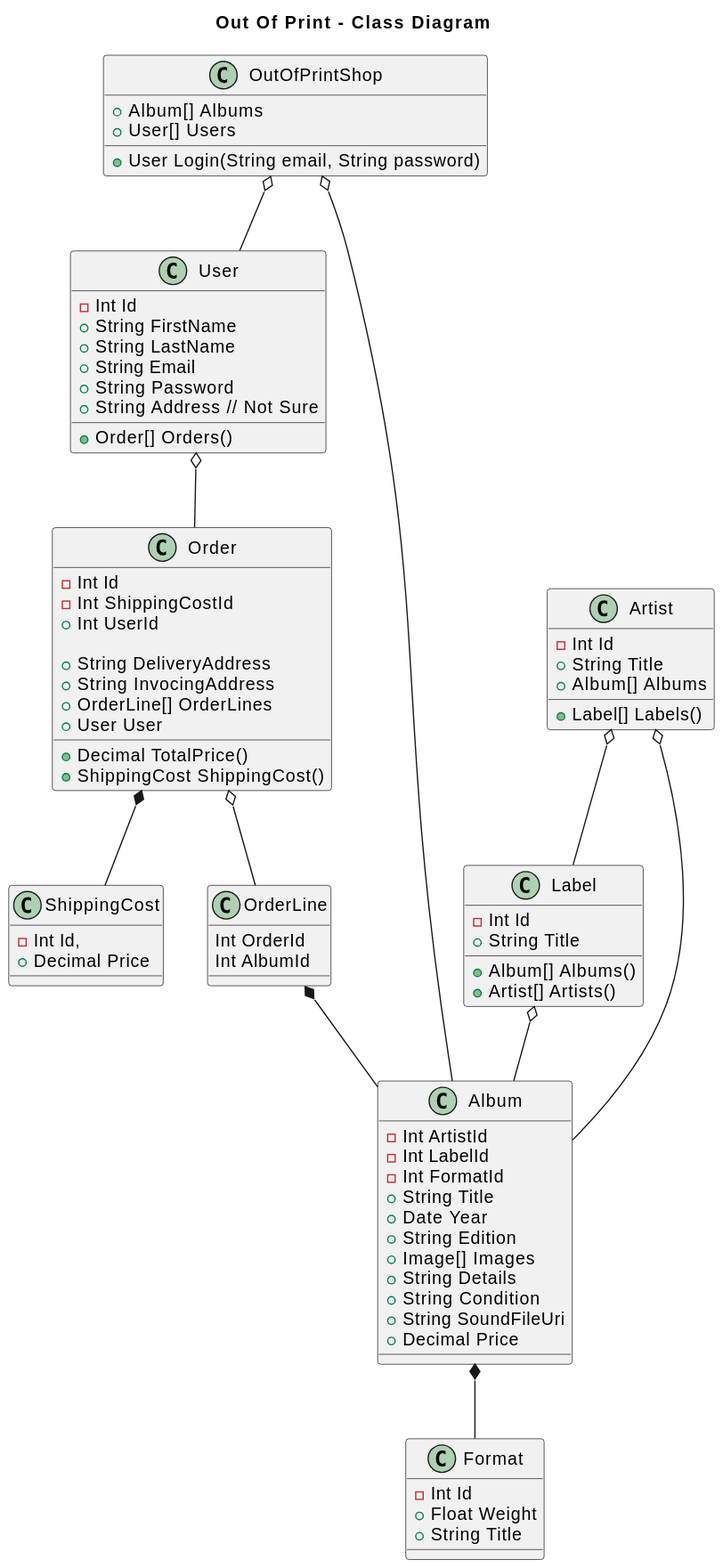
This is docs/images/OutOfPrint.Class.Diagram.svg from DenisZhukovski/OutOfPrint, a PlantUML export, as it was before one commit.
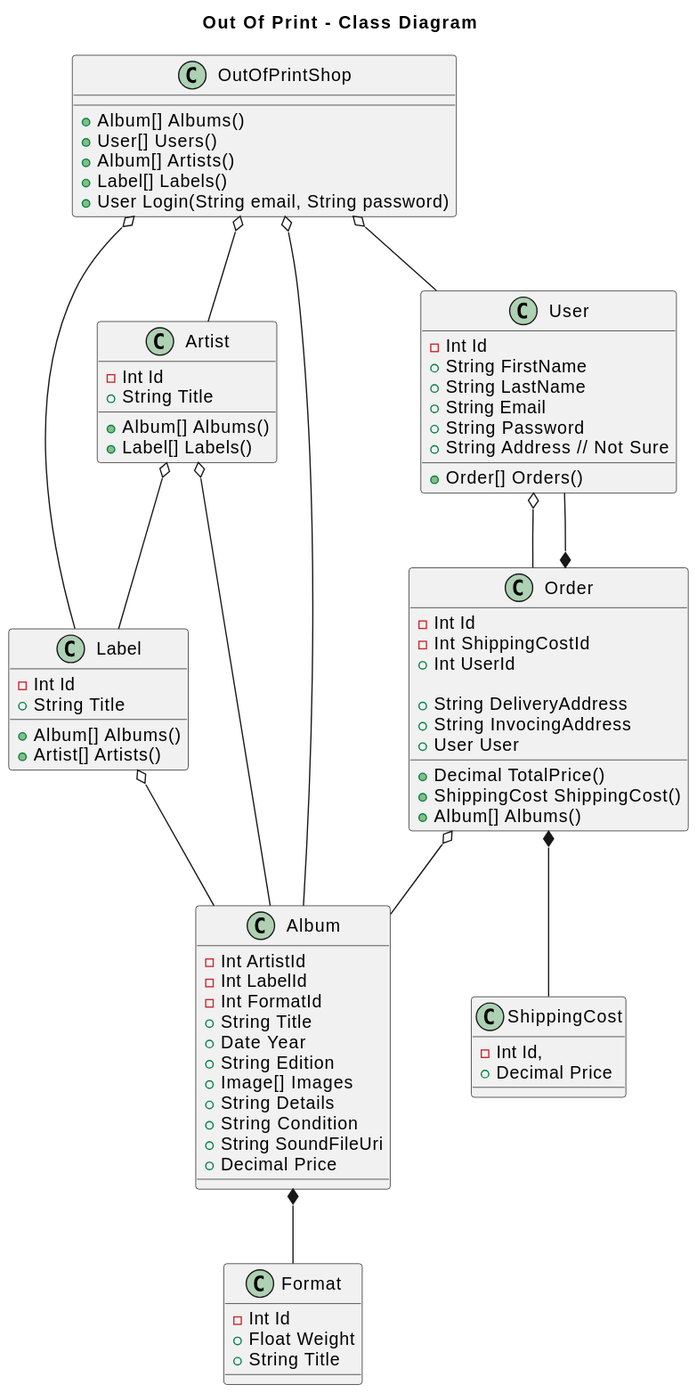
After the change.

Diff of the diagram source:
```diff
@@ -3,15 +3,17 @@
 
 class OutOfPrintShop
 {
-  +Album[] Albums
-  +User[] Users
+  +Album[] Albums()
+  +User[] Users()
+  +Album[] Artists()
+  +Label[] Labels()
   +User Login(String email, String password)
 }
 
 class Artist {
   -Int Id
   +String Title
-  +Album[] Albums
+  +Album[] Albums()
   +Label[] Labels()
 }
 
@@ -69,26 +71,23 @@
 
   +String DeliveryAddress
   +String InvocingAddress
-  +OrderLine[] OrderLines
   +User User
   +Decimal TotalPrice()
   +ShippingCost ShippingCost()
+  +Album[] Albums()
 }
 
-class OrderLine
-{
-  Int OrderId
-  Int AlbumId
-}
 
 OutOfPrintShop o-- Album
+OutOfPrintShop o-- Artist
 OutOfPrintShop o-- User
+OutOfPrintShop o-- Label
 Artist o-- Album
 Artist o-- Label
 Label o-- Album
 User o-- Order
-Order o-- OrderLine
-Order *--  ShippingCost
-OrderLine *--  Album
+Order o-- Album
+Order *-- ShippingCost
+Order *-- User
 Album *-- Format
 @enduml
```
